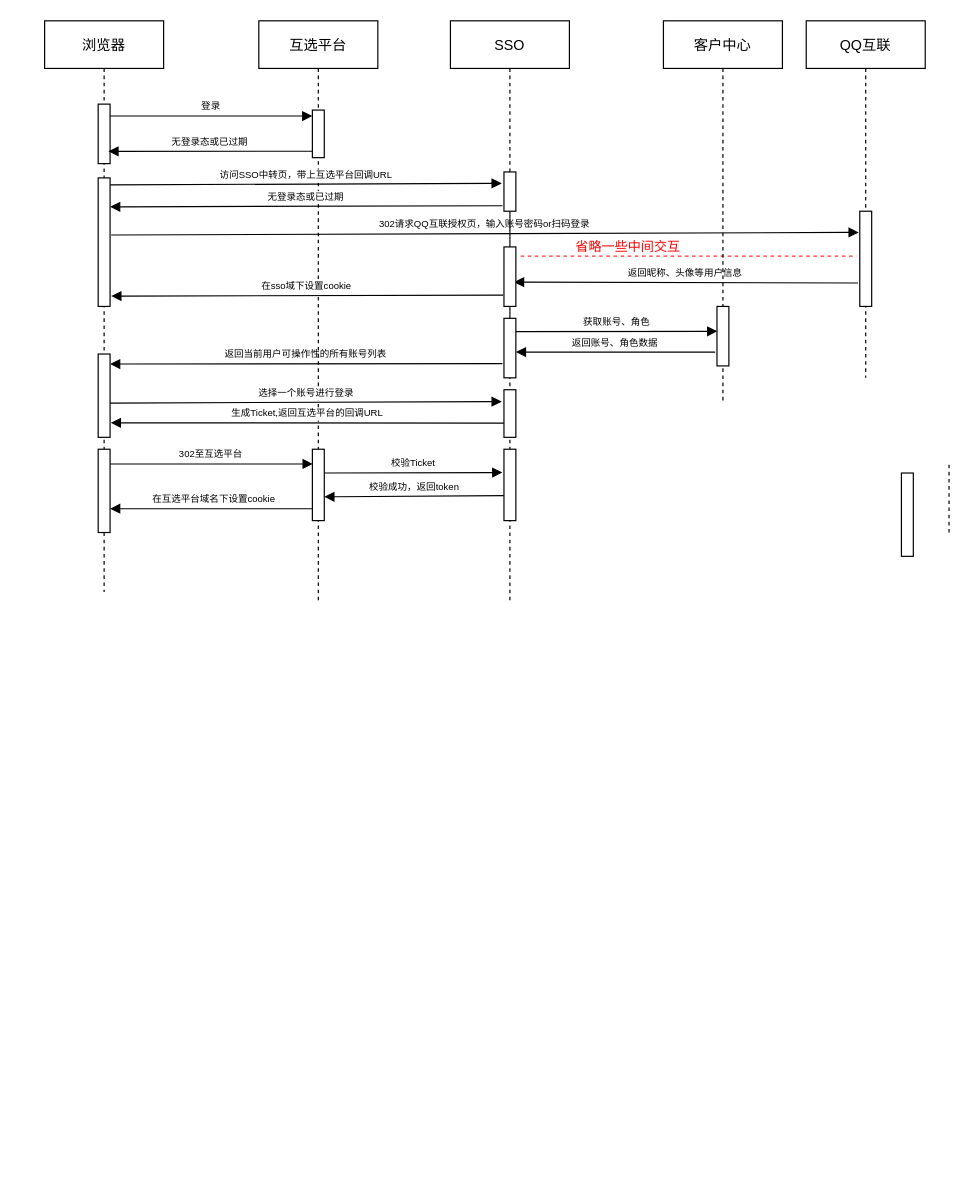
Before: 未命名绘图.drawio in LongyunZhang/algorithm, a draw.io diagram. Source tidied: cells renumbered, new cells numbered last; positions are measured from the earlier drawing's top-left corner, leaving out a move shared by most shapes. Both pictures are drawn from the tidied source at 119%, with x=0, y=0 at pixel (44, 20).
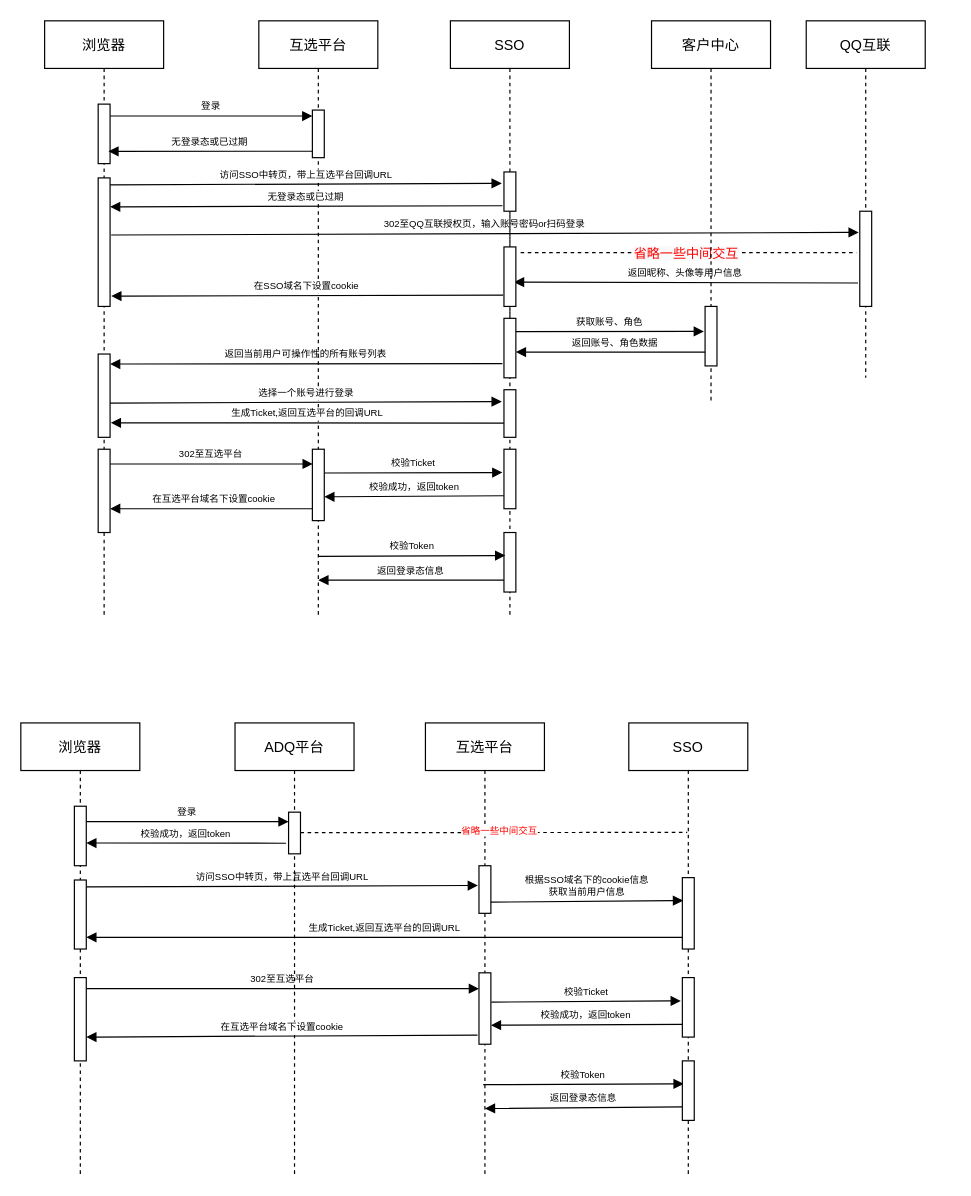
After the change.

Unchanged cells that the change refers to:
```xml
<mxCell id="31" style="points=[];perimeter=orthogonalPerimeter;rounded=0;shadow=0;strokeWidth=1;" parent="1" vertex="1">
  <mxGeometry x="386" y="190" width="10" height="50" as="geometry" />
</mxCell>
```

Change to the diagram source:
```diff
@@
     <mxCell id="2" value="浏览器" style="shape=umlLifeline;perimeter=lifelinePerimeter;rounded=0;shadow=0;strokeWidth=1;" parent="1" vertex="1">
-      <mxGeometry width="100" height="480" as="geometry" />
+      <mxGeometry width="100" height="500" as="geometry" />
     </mxCell>
@@
     <mxCell id="7" value="互选平台" style="shape=umlLifeline;perimeter=lifelinePerimeter;rounded=0;shadow=0;strokeWidth=1;" parent="1" vertex="1">
-      <mxGeometry x="180" width="100" height="490" as="geometry" />
+      <mxGeometry x="180" width="100" height="500" as="geometry" />
     </mxCell>
@@
-    <mxCell id="10" value="校验成功，返回token" style="verticalAlign=bottom;endArrow=block;shadow=0;strokeWidth=1;fontSize=8;exitX=-0.012;exitY=0.651;exitDx=0;exitDy=0;exitPerimeter=0;" parent="7" edge="1" source="26">
+    <mxCell id="10" value="校验成功，返回token" style="verticalAlign=bottom;endArrow=block;shadow=0;strokeWidth=1;fontSize=8;exitX=-0.012;exitY=0.651;exitDx=0;exitDy=0;exitPerimeter=0;" parent="7" edge="1">
       <mxGeometry relative="1" as="geometry">
+        <mxPoint x="205.9" y="399.1" as="sourcePoint" />
         <mxPoint x="55" y="400" as="targetPoint" />
       </mxGeometry>
     </mxCell>
@@
-    <mxCell id="18" value="302请求QQ互联授权页，输入账号密码or扫码登录" style="verticalAlign=bottom;endArrow=block;shadow=0;strokeWidth=1;exitX=0.997;exitY=0.171;exitDx=0;exitDy=0;exitPerimeter=0;fontSize=8;entryX=-0.094;entryY=0.611;entryDx=0;entryDy=0;entryPerimeter=0;" parent="1" edge="1">
+    <mxCell id="18" value="302至QQ互联授权页，输入账号密码or扫码登录" style="verticalAlign=bottom;endArrow=block;shadow=0;strokeWidth=1;exitX=0.997;exitY=0.171;exitDx=0;exitDy=0;exitPerimeter=0;fontSize=8;entryX=-0.094;entryY=0.611;entryDx=0;entryDy=0;entryPerimeter=0;" parent="1" edge="1">
       <mxGeometry relative="1" as="geometry">
         <mxPoint x="55.9" y="180" as="sourcePoint" />
         <mxPoint x="684.1" y="177.8" as="targetPoint" />
       </mxGeometry>
     </mxCell>
@@
-    <mxCell id="20" value="&lt;font color=&quot;#ff0000&quot; style=&quot;font-size: 11px;&quot;&gt;省略一些中间交互&lt;/font&gt;" style="text;html=1;align=center;verticalAlign=middle;fillColor=none;strokeColor=none;rounded=0;fontSize=8;" parent="1" vertex="1">
-      <mxGeometry x="430" y="175" width="120" height="30" as="geometry" />
-    </mxCell>
-    <mxCell id="21" style="endArrow=none;dashed=1;html=1;rounded=0;fontSize=10;fontColor=#FF0000;entryX=-0.276;entryY=0.736;entryDx=0;entryDy=0;entryPerimeter=0;exitX=1.4;exitY=0.111;exitDx=0;exitDy=0;exitPerimeter=0;strokeColor=#FF3333;" parent="1" edge="1">
+    <mxCell id="21" style="endArrow=none;dashed=1;html=1;rounded=0;fontSize=10;entryX=-0.276;entryY=0.736;entryDx=0;entryDy=0;entryPerimeter=0;exitX=1.4;exitY=0.111;exitDx=0;exitDy=0;exitPerimeter=0;" parent="1" edge="1">
       <mxGeometry relative="1" as="geometry">
-        <mxPoint x="400" y="197.8" as="sourcePoint" />
-        <mxPoint x="682.2" y="197.8" as="targetPoint" />
+        <mxPoint x="400" y="194.8" as="sourcePoint" />
+        <mxPoint x="682.2" y="194.8" as="targetPoint" />
       </mxGeometry>
     </mxCell>
+    <mxCell id="42" value="&lt;span style=&quot;font-size: 11px; background-color: rgb(248, 249, 250);&quot;&gt;&lt;font color=&quot;#ff0000&quot;&gt;省略一些中间交互&lt;/font&gt;&lt;/span&gt;" style="edgeLabel;html=1;align=center;verticalAlign=middle;fontSize=8;" parent="21" vertex="1">
+      <mxGeometry x="-0.02" y="-1" relative="1" as="geometry" />
+    </mxCell>
-    <mxCell id="22" value="在sso域下设置cookie" style="verticalAlign=bottom;endArrow=block;shadow=0;strokeWidth=1;fontSize=8;entryX=0.997;entryY=0.12;entryDx=0;entryDy=0;entryPerimeter=0;exitX=-0.073;exitY=0.579;exitDx=0;exitDy=0;exitPerimeter=0;" parent="1" edge="1">
+    <mxCell id="22" value="在SSO域名下设置cookie" style="verticalAlign=bottom;endArrow=block;shadow=0;strokeWidth=1;fontSize=8;entryX=0.997;entryY=0.12;entryDx=0;entryDy=0;entryPerimeter=0;exitX=-0.073;exitY=0.579;exitDx=0;exitDy=0;exitPerimeter=0;" parent="1" edge="1">
       <mxGeometry relative="1" as="geometry">
         <mxPoint x="385.3" y="230.5" as="sourcePoint" />
         <mxPoint x="56" y="231.3" as="targetPoint" />
       </mxGeometry>
     </mxCell>
     <mxCell id="23" value="SSO" style="shape=umlLifeline;perimeter=lifelinePerimeter;rounded=0;shadow=0;strokeWidth=1;" parent="1" vertex="1">
-      <mxGeometry x="341" width="100" height="490" as="geometry" />
+      <mxGeometry x="341" width="100" height="500" as="geometry" />
     </mxCell>
@@
-    <mxCell id="25" value="校验Ticket" style="verticalAlign=bottom;endArrow=block;shadow=0;strokeWidth=1;fontSize=8;entryX=-0.133;entryY=0.327;entryDx=0;entryDy=0;entryPerimeter=0;" parent="23" edge="1" target="26">
+    <mxCell id="25" value="校验Ticket" style="verticalAlign=bottom;endArrow=block;shadow=0;strokeWidth=1;fontSize=8;entryX=-0.133;entryY=0.327;entryDx=0;entryDy=0;entryPerimeter=0;" parent="23" edge="1">
       <mxGeometry relative="1" as="geometry">
         <mxPoint x="-106" y="380" as="sourcePoint" />
+        <mxPoint x="43.7" y="379.6" as="targetPoint" />
       </mxGeometry>
     </mxCell>
-    <mxCell id="26" style="points=[];perimeter=orthogonalPerimeter;rounded=0;shadow=0;strokeWidth=1;" parent="23" vertex="1">
-      <mxGeometry x="45" y="360" width="10" height="60" as="geometry" />
-    </mxCell>
+    <mxCell id="43" style="points=[];perimeter=orthogonalPerimeter;rounded=0;shadow=0;strokeWidth=1;" parent="23" vertex="1">
+      <mxGeometry x="45" y="430" width="10" height="50" as="geometry" />
+    </mxCell>
-    <mxCell id="27" style="endArrow=none;dashed=1;html=1;rounded=0;strokeColor=#000000;fontSize=8;fontColor=#FF0000;startArrow=none;" parent="1" edge="1" source="31">
+    <mxCell id="27" style="endArrow=none;dashed=1;html=1;rounded=0;fontSize=8;startArrow=none;" parent="1" edge="1" source="31">
       <mxGeometry relative="1" as="geometry">
         <mxPoint x="391" y="160" as="targetPoint" />
       </mxGeometry>
     </mxCell>
-    <mxCell id="28" style="endArrow=none;dashed=1;html=1;rounded=0;strokeColor=#000000;fontSize=8;fontColor=#FF0000;" parent="1" edge="1">
-      <mxGeometry relative="1" as="geometry">
-        <mxPoint x="760" y="430" as="sourcePoint" />
-        <mxPoint x="760" y="370" as="targetPoint" />
-      </mxGeometry>
-    </mxCell>
     <mxCell id="29" value="客户中心" style="shape=umlLifeline;perimeter=lifelinePerimeter;rounded=0;shadow=0;strokeWidth=1;" parent="1" vertex="1">
-      <mxGeometry x="520" width="100" height="320" as="geometry" />
+      <mxGeometry x="510" width="100" height="320" as="geometry" />
     </mxCell>
-    <mxCell id="30" style="perimeter=orthogonalPerimeter;rounded=0;shadow=0;strokeWidth=1;" parent="1" vertex="1">
-      <mxGeometry x="720" y="380" width="10" height="70" as="geometry" />
-    </mxCell>
@@
-    <mxCell id="32" style="endArrow=none;dashed=1;html=1;rounded=0;strokeColor=#000000;fontSize=8;fontColor=#FF0000;startArrow=none;" parent="1" edge="1" target="31">
+    <mxCell id="32" style="endArrow=none;dashed=1;html=1;rounded=0;fontSize=8;startArrow=none;" parent="1" edge="1" target="31">
       <mxGeometry relative="1" as="geometry">
         <mxPoint x="391" y="250" as="sourcePoint" />
       </mxGeometry>
     </mxCell>
-    <mxCell id="33" value="获取账号、角色" style="verticalAlign=bottom;endArrow=block;shadow=0;strokeWidth=1;exitX=0.997;exitY=0.171;exitDx=0;exitDy=0;exitPerimeter=0;fontSize=8;entryX=0.027;entryY=0.261;entryDx=0;entryDy=0;entryPerimeter=0;" parent="1" edge="1">
+    <mxCell id="33" value="获取账号、角色" style="verticalAlign=bottom;endArrow=block;shadow=0;strokeWidth=1;exitX=0.997;exitY=0.171;exitDx=0;exitDy=0;exitPerimeter=0;fontSize=8;" parent="1" edge="1">
       <mxGeometry relative="1" as="geometry">
         <mxPoint x="396" y="261.2" as="sourcePoint" />
-        <mxPoint x="565.3" y="260.9" as="targetPoint" />
+        <mxPoint x="554" y="261" as="targetPoint" />
       </mxGeometry>
     </mxCell>
@@
     <mxCell id="35" style="perimeter=orthogonalPerimeter;rounded=0;shadow=0;strokeWidth=1;" parent="1" vertex="1">
-      <mxGeometry x="565" y="240" width="10" height="50" as="geometry" />
+      <mxGeometry x="555" y="240" width="10" height="50" as="geometry" />
     </mxCell>
@@
+    <mxCell id="44" value="校验Token" style="verticalAlign=bottom;endArrow=block;shadow=0;strokeWidth=1;fontSize=8;entryX=0.109;entryY=0.387;entryDx=0;entryDy=0;entryPerimeter=0;" parent="1" edge="1" target="43">
+      <mxGeometry relative="1" as="geometry">
+        <mxPoint x="230" y="450" as="sourcePoint" />
+      </mxGeometry>
+    </mxCell>
+    <mxCell id="45" style="perimeter=orthogonalPerimeter;rounded=0;shadow=0;strokeWidth=1;" parent="1" vertex="1">
+      <mxGeometry x="386" y="360" width="10" height="50" as="geometry" />
+    </mxCell>
+    <mxCell id="46" value="返回登录态信息" style="verticalAlign=bottom;endArrow=block;shadow=0;strokeWidth=1;fontSize=8;exitX=-0.012;exitY=0.651;exitDx=0;exitDy=0;exitPerimeter=0;" parent="1" edge="1">
+      <mxGeometry relative="1" as="geometry">
+        <mxPoint x="385.9" y="470" as="sourcePoint" />
+        <mxPoint x="230" y="470" as="targetPoint" />
+      </mxGeometry>
+    </mxCell>
+    <mxCell id="47" value="登录" style="verticalAlign=bottom;endArrow=block;entryX=0;entryY=0;shadow=0;strokeWidth=1;fontSize=8;" parent="1" edge="1">
+      <mxGeometry relative="1" as="geometry">
+        <mxPoint x="35" y="673" as="sourcePoint" />
+        <mxPoint x="205" y="673" as="targetPoint" />
+      </mxGeometry>
+    </mxCell>
+    <mxCell id="48" value="访问SSO中转页，带上互选平台回调URL" style="verticalAlign=bottom;endArrow=block;shadow=0;strokeWidth=1;exitX=0.997;exitY=0.171;exitDx=0;exitDy=0;exitPerimeter=0;fontSize=8;entryX=-0.194;entryY=0.291;entryDx=0;entryDy=0;entryPerimeter=0;" parent="1" edge="1">
+      <mxGeometry relative="1" as="geometry">
+        <mxPoint x="35" y="727.8" as="sourcePoint" />
+        <mxPoint x="364.1" y="726.6" as="targetPoint" />
+      </mxGeometry>
+    </mxCell>
+    <mxCell id="49" style="endArrow=none;dashed=1;html=1;rounded=0;fontSize=8;startArrow=none;" parent="1" edge="1">
+      <mxGeometry relative="1" as="geometry">
+        <mxPoint x="540.9" y="780" as="sourcePoint" />
+        <mxPoint x="540.9" y="750" as="targetPoint" />
+      </mxGeometry>
+    </mxCell>
+    <mxCell id="50" value="302至互选平台" style="verticalAlign=bottom;endArrow=block;shadow=0;strokeWidth=1;fontSize=8;entryX=-0.003;entryY=0.332;entryDx=0;entryDy=0;entryPerimeter=0;" parent="1" edge="1">
+      <mxGeometry relative="1" as="geometry">
+        <mxPoint x="35" y="813.3" as="sourcePoint" />
+        <mxPoint x="365" y="813.3" as="targetPoint" />
+      </mxGeometry>
+    </mxCell>
+    <mxCell id="51" value="校验Token" style="verticalAlign=bottom;endArrow=block;shadow=0;strokeWidth=1;fontSize=8;entryX=0.109;entryY=0.387;entryDx=0;entryDy=0;entryPerimeter=0;exitX=0.486;exitY=0.608;exitDx=0;exitDy=0;exitPerimeter=0;" parent="1" edge="1">
+      <mxGeometry relative="1" as="geometry">
+        <mxPoint x="368.6" y="894" as="sourcePoint" />
+        <mxPoint x="537" y="893.3" as="targetPoint" />
+      </mxGeometry>
+    </mxCell>
+    <mxCell id="52" value="返回登录态信息" style="verticalAlign=bottom;endArrow=block;shadow=0;strokeWidth=1;fontSize=8;exitX=-0.003;exitY=0.773;exitDx=0;exitDy=0;exitPerimeter=0;" parent="1" edge="1">
+      <mxGeometry relative="1" as="geometry">
+        <mxPoint x="535.9" y="912.7" as="sourcePoint" />
+        <mxPoint x="370" y="914" as="targetPoint" />
+      </mxGeometry>
+    </mxCell>
+    <mxCell id="53" value="校验成功，返回token" style="verticalAlign=bottom;endArrow=block;shadow=0;strokeWidth=1;fontSize=8;exitX=-0.215;exitY=0.747;exitDx=0;exitDy=0;exitPerimeter=0;" parent="1" edge="1">
+      <mxGeometry relative="1" as="geometry">
+        <mxPoint x="202.8" y="691.1" as="sourcePoint" />
+        <mxPoint x="35" y="690.9" as="targetPoint" />
+      </mxGeometry>
+    </mxCell>
+    <mxCell id="54" value="根据SSO域名下的cookie信息&#10;获取当前用户信息" style="verticalAlign=bottom;endArrow=block;shadow=0;strokeWidth=1;exitX=0.997;exitY=0.171;exitDx=0;exitDy=0;exitPerimeter=0;fontSize=8;entryX=0.057;entryY=0.677;entryDx=0;entryDy=0;entryPerimeter=0;" parent="1" edge="1">
+      <mxGeometry relative="1" as="geometry">
+        <mxPoint x="375" y="740.6" as="sourcePoint" />
+        <mxPoint x="536.5" y="739.3" as="targetPoint" />
+      </mxGeometry>
+    </mxCell>
+    <mxCell id="55" value="互选平台" style="shape=umlLifeline;perimeter=lifelinePerimeter;rounded=0;shadow=0;strokeWidth=1;" parent="1" vertex="1">
+      <mxGeometry x="320" y="590" width="100" height="380" as="geometry" />
+    </mxCell>
+    <mxCell id="56" value="校验成功，返回token" style="verticalAlign=bottom;endArrow=block;shadow=0;strokeWidth=1;fontSize=8;exitX=0.012;exitY=0.786;exitDx=0;exitDy=0;exitPerimeter=0;" parent="55" edge="1" source="72">
+      <mxGeometry relative="1" as="geometry">
+        <mxPoint x="55" y="254" as="targetPoint" />
+      </mxGeometry>
+    </mxCell>
+    <mxCell id="57" value="SSO" style="shape=umlLifeline;perimeter=lifelinePerimeter;rounded=0;shadow=0;strokeWidth=1;" parent="1" vertex="1">
+      <mxGeometry x="490.9" y="590" width="100" height="380" as="geometry" />
+    </mxCell>
+    <mxCell id="58" value="校验Ticket" style="verticalAlign=bottom;endArrow=block;shadow=0;strokeWidth=1;fontSize=8;entryX=-0.133;entryY=0.327;entryDx=0;entryDy=0;entryPerimeter=0;exitX=1.039;exitY=0.41;exitDx=0;exitDy=0;exitPerimeter=0;" parent="57" edge="1" source="71">
+      <mxGeometry relative="1" as="geometry">
+        <mxPoint x="43.7" y="233.6" as="targetPoint" />
+      </mxGeometry>
+    </mxCell>
+    <mxCell id="59" style="perimeter=orthogonalPerimeter;rounded=0;shadow=0;strokeWidth=1;" parent="57" vertex="1">
+      <mxGeometry x="45" y="284" width="10" height="50" as="geometry" />
+    </mxCell>
+    <mxCell id="60" value="生成Ticket,返回互选平台的回调URL" style="verticalAlign=bottom;endArrow=block;shadow=0;strokeWidth=1;fontSize=8;exitX=-0.215;exitY=0.747;exitDx=0;exitDy=0;exitPerimeter=0;" parent="57" edge="1">
+      <mxGeometry relative="1" as="geometry">
+        <mxPoint x="45" y="180.2" as="sourcePoint" />
+        <mxPoint x="-455.9" y="180.2" as="targetPoint" />
+      </mxGeometry>
+    </mxCell>
+    <mxCell id="61" value="ADQ平台" style="shape=umlLifeline;perimeter=lifelinePerimeter;rounded=0;shadow=0;strokeWidth=1;" parent="1" vertex="1">
+      <mxGeometry x="160" y="590" width="100" height="380" as="geometry" />
+    </mxCell>
+    <mxCell id="62" style="perimeter=orthogonalPerimeter;rounded=0;shadow=0;strokeWidth=1;" parent="61" vertex="1">
+      <mxGeometry x="45" y="75" width="10" height="35" as="geometry" />
+    </mxCell>
+    <mxCell id="63" style="endArrow=none;dashed=1;html=1;rounded=0;fontSize=10;exitX=1.4;exitY=0.111;exitDx=0;exitDy=0;exitPerimeter=0;entryX=0.491;entryY=0.184;entryDx=0;entryDy=0;entryPerimeter=0;" parent="61" edge="1">
+      <mxGeometry relative="1" as="geometry">
+        <mxPoint x="55" y="92.2" as="sourcePoint" />
+        <mxPoint x="380" y="92" as="targetPoint" />
+      </mxGeometry>
+    </mxCell>
+    <mxCell id="64" value="&lt;font color=&quot;#ff0000&quot;&gt;省略一些中间交互&lt;/font&gt;" style="edgeLabel;html=1;align=center;verticalAlign=middle;fontSize=8;" parent="63" vertex="1">
+      <mxGeometry x="0.03" y="2" relative="1" as="geometry" />
+    </mxCell>
+    <mxCell id="65" value="浏览器" style="shape=umlLifeline;perimeter=lifelinePerimeter;rounded=0;shadow=0;strokeWidth=1;" parent="1" vertex="1">
+      <mxGeometry x="-20" y="590" width="100" height="380" as="geometry" />
+    </mxCell>
+    <mxCell id="66" style="perimeter=orthogonalPerimeter;rounded=0;shadow=0;strokeWidth=1;" parent="65" vertex="1">
+      <mxGeometry x="45" y="70" width="10" height="50" as="geometry" />
+    </mxCell>
+    <mxCell id="67" style="perimeter=orthogonalPerimeter;rounded=0;shadow=0;strokeWidth=1;" parent="65" vertex="1">
+      <mxGeometry x="45" y="214" width="10" height="70" as="geometry" />
+    </mxCell>
+    <mxCell id="68" value="在互选平台域名下设置cookie" style="verticalAlign=bottom;endArrow=block;shadow=0;strokeWidth=1;fontSize=8;exitX=-0.123;exitY=0.872;exitDx=0;exitDy=0;exitPerimeter=0;" parent="65" edge="1" source="71">
+      <mxGeometry relative="1" as="geometry">
+        <mxPoint x="55" y="264" as="targetPoint" />
+      </mxGeometry>
+    </mxCell>
+    <mxCell id="69" style="perimeter=orthogonalPerimeter;rounded=0;shadow=0;strokeWidth=1;" parent="1" vertex="1">
+      <mxGeometry x="25" y="722" width="10" height="58" as="geometry" />
+    </mxCell>
+    <mxCell id="70" style="perimeter=orthogonalPerimeter;rounded=0;shadow=0;strokeWidth=1;" parent="1" vertex="1">
+      <mxGeometry x="365" y="710" width="10" height="40" as="geometry" />
+    </mxCell>
+    <mxCell id="71" style="points=[];perimeter=orthogonalPerimeter;rounded=0;shadow=0;strokeWidth=1;" parent="1" vertex="1">
+      <mxGeometry x="365" y="800" width="10" height="60" as="geometry" />
+    </mxCell>
+    <mxCell id="72" style="points=[];perimeter=orthogonalPerimeter;rounded=0;shadow=0;strokeWidth=1;" parent="1" vertex="1">
+      <mxGeometry x="535.9" y="804" width="10" height="50" as="geometry" />
+    </mxCell>
+    <mxCell id="73" style="perimeter=orthogonalPerimeter;rounded=0;shadow=0;strokeWidth=1;" parent="1" vertex="1">
+      <mxGeometry x="535.9" y="720" width="10" height="60" as="geometry" />
+    </mxCell>
```
